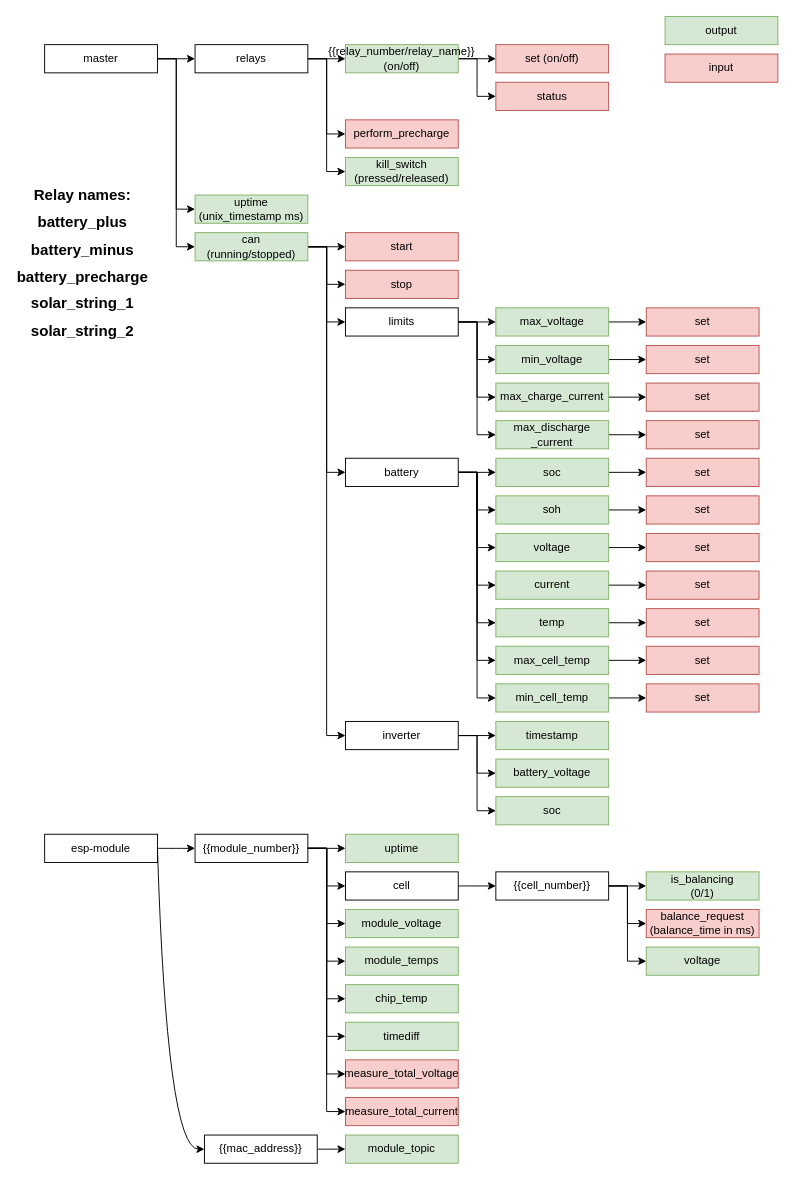
This is mqtt_topics.drawio from SunshadeCorp/EasyBMS-master, a draw.io file, before an edit. Source tidied: cells renumbered, new cells numbered last; positions are measured from the earlier drawing's top-left corner, leaving out a move shared by most shapes. Both pictures are drawn from the tidied source at 94%, with x=0, y=0 at pixel (35, 16).
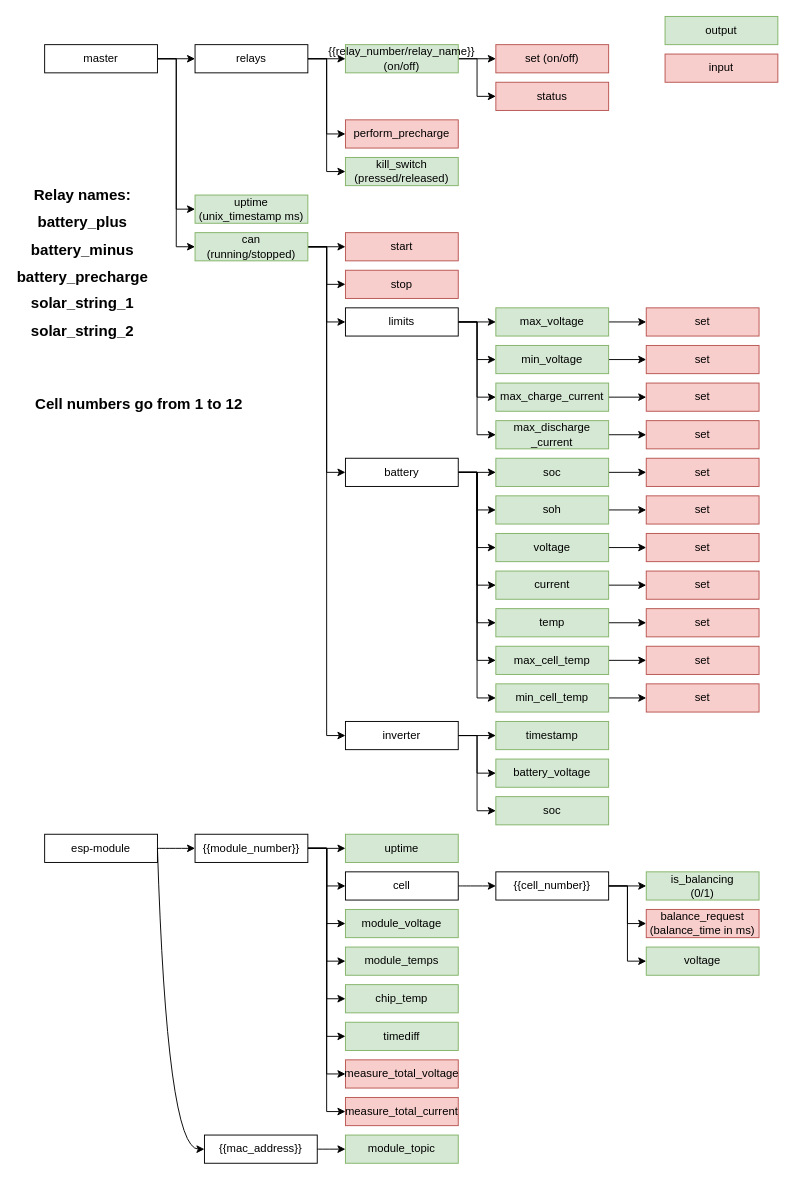
After the change.

The edit, as a diff of the source:
```diff
@@
+    <mxCell id="113" value="&lt;font style=&quot;font-size: 16px&quot;&gt;Cell numbers go from 1 to 12&lt;br&gt;&lt;/font&gt;" style="text;strokeColor=none;fillColor=none;html=1;fontSize=24;fontStyle=1;verticalAlign=middle;align=center;" parent="1" vertex="1">
+      <mxGeometry x="60" y="390" width="100" height="40" as="geometry" />
+    </mxCell>
```
